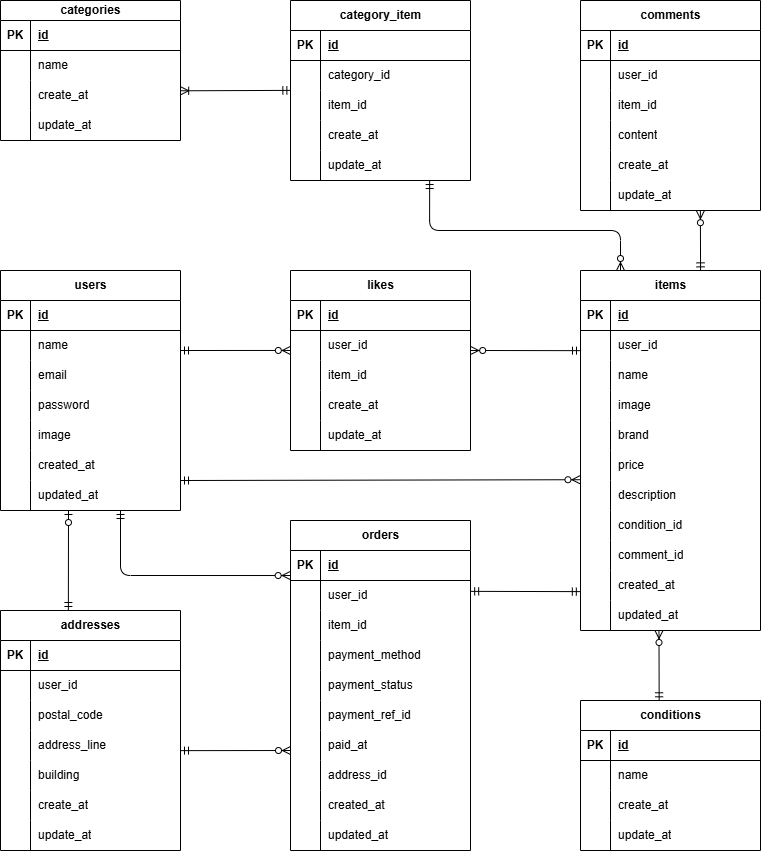
Earlier version of the draw.io export test-free-market.drawio.png (miro-emu/test-free-market). Source tidied: cells renumbered, new cells last; positions are measured from the earlier drawing's top-left corner, leaving out a move shared by most shapes.
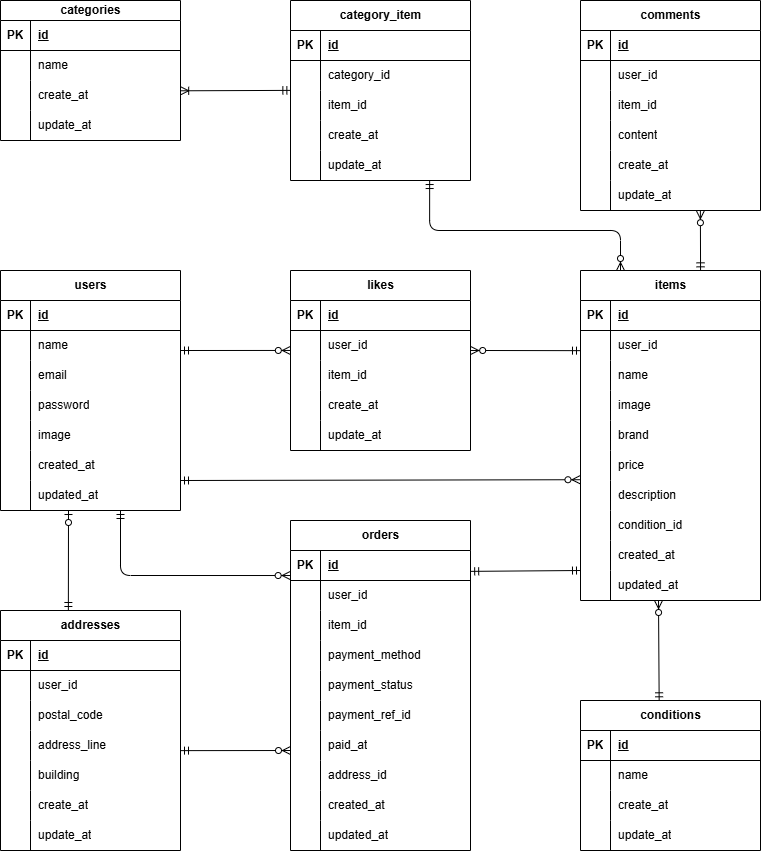
Later version of the same file.

What changed in the source:
```diff
@@ -69,7 +69,7 @@
       <mxGeometry x="30" width="150" height="30" as="geometry" />
     </mxCell>
     <mxCell id="24" value="items" style="shape=table;startSize=30;rowLines=0;fontStyle=1;align=center;html=1;" parent="1" vertex="1">
-      <mxGeometry x="580" y="270" width="180" height="360" as="geometry" />
+      <mxGeometry x="580" y="270" width="180" height="330" as="geometry" />
     </mxCell>
     <mxCell id="25" style="shape=tableRow;horizontal=0;startSize=0;swimlaneHead=0;swimlaneBody=0;fillColor=none;top=0;left=0;right=0;bottom=1;" parent="24" vertex="1">
       <mxGeometry y="30" width="180" height="30" as="geometry" />
@@ -143,17 +143,8 @@
     <mxCell id="48" value="condition_id" style="shape=partialRectangle;fillColor=none;top=0;left=0;bottom=0;right=0;align=left;spacingLeft=6;overflow=hidden;whiteSpace=wrap;html=1;" parent="46" vertex="1">
       <mxGeometry x="30" width="150" height="30" as="geometry" />
     </mxCell>
-    <mxCell id="49" style="shape=tableRow;horizontal=0;startSize=0;swimlaneHead=0;swimlaneBody=0;fillColor=none;top=0;left=0;right=0;bottom=0;" parent="24" vertex="1">
-      <mxGeometry y="270" width="180" height="30" as="geometry" />
-    </mxCell>
-    <mxCell id="50" style="shape=partialRectangle;fillColor=none;top=0;left=0;bottom=0;right=0;overflow=hidden;whiteSpace=wrap;html=1;" parent="49" vertex="1">
-      <mxGeometry width="30" height="30" as="geometry" />
-    </mxCell>
-    <mxCell id="51" value="comment_id" style="shape=partialRectangle;fillColor=none;top=0;left=0;bottom=0;right=0;align=left;spacingLeft=6;overflow=hidden;whiteSpace=wrap;html=1;" parent="49" vertex="1">
-      <mxGeometry x="30" width="150" height="30" as="geometry" />
-    </mxCell>
     <mxCell id="52" style="shape=tableRow;horizontal=0;startSize=0;swimlaneHead=0;swimlaneBody=0;fillColor=none;points=[[0,0.5],[1,0.5]];portConstraint=eastwest;top=0;left=0;right=0;bottom=0;" parent="24" vertex="1">
-      <mxGeometry y="300" width="180" height="30" as="geometry" />
+      <mxGeometry y="270" width="180" height="30" as="geometry" />
     </mxCell>
     <mxCell id="53" style="shape=partialRectangle;fillColor=none;top=0;left=0;bottom=0;right=0;overflow=hidden;whiteSpace=wrap;html=1;" parent="52" vertex="1">
       <mxGeometry width="30" height="30" as="geometry" />
@@ -162,7 +153,7 @@
       <mxGeometry x="30" width="150" height="30" as="geometry" />
     </mxCell>
     <mxCell id="55" style="shape=tableRow;horizontal=0;startSize=0;swimlaneHead=0;swimlaneBody=0;fillColor=none;top=0;left=0;right=0;bottom=0;" parent="24" vertex="1">
-      <mxGeometry y="330" width="180" height="30" as="geometry" />
+      <mxGeometry y="300" width="180" height="30" as="geometry" />
     </mxCell>
     <mxCell id="56" style="shape=partialRectangle;fillColor=none;top=0;left=0;bottom=0;right=0;overflow=hidden;whiteSpace=wrap;html=1;" parent="55" vertex="1">
       <mxGeometry width="30" height="30" as="geometry" />
@@ -594,12 +585,15 @@
     <mxCell id="194" style="fontSize=12;html=1;endArrow=ERzeroToMany;startArrow=ERmandOne;exitX=1;exitY=0.671;exitDx=0;exitDy=0;exitPerimeter=0;entryX=0;entryY=0.667;entryDx=0;entryDy=0;entryPerimeter=0;" parent="1" edge="1" source="161" target="122">
       <mxGeometry relative="1" as="geometry" />
     </mxCell>
-    <mxCell id="195" style="fontSize=12;html=1;endArrow=ERmandOne;startArrow=ERmandOne;exitX=1.001;exitY=0.362;exitDx=0;exitDy=0;exitPerimeter=0;entryX=-0.001;entryY=0.704;entryDx=0;entryDy=0;entryPerimeter=0;" parent="1" edge="1" source="107" target="52">
-      <mxGeometry relative="1" as="geometry" />
+    <mxCell id="195" style="fontSize=12;html=1;endArrow=ERmandOne;startArrow=ERmandOne;exitX=1.001;exitY=0.362;exitDx=0;exitDy=0;exitPerimeter=0;" parent="1" edge="1">
+      <mxGeometry relative="1" as="geometry">
+        <mxPoint x="470.2" y="570.9" as="sourcePoint" />
+        <mxPoint x="580" y="570" as="targetPoint" />
+      </mxGeometry>
     </mxCell>
-    <mxCell id="196" style="fontSize=12;html=1;endArrow=ERzeroToMany;startArrow=ERmandOne;entryX=0.436;entryY=-0.013;entryDx=0;entryDy=0;entryPerimeter=0;exitX=0.437;exitY=0.002;exitDx=0;exitDy=0;exitPerimeter=0;" parent="1" edge="1" source="71">
+    <mxCell id="196" style="fontSize=12;html=1;endArrow=ERzeroToMany;startArrow=ERmandOne;exitX=0.437;exitY=0.002;exitDx=0;exitDy=0;exitPerimeter=0;" parent="1" edge="1" source="71">
       <mxGeometry relative="1" as="geometry">
-        <mxPoint x="658.5" y="630" as="targetPoint" />
+        <mxPoint x="658" y="600" as="targetPoint" />
       </mxGeometry>
     </mxCell>
     <mxCell id="197" style="fontSize=12;html=1;endArrow=ERzeroToMany;startArrow=ERmandOne;entryX=0.666;entryY=1.007;entryDx=0;entryDy=0;entryPerimeter=0;exitX=0.667;exitY=0.001;exitDx=0;exitDy=0;exitPerimeter=0;" parent="1" edge="1" source="24" target="100">
```
